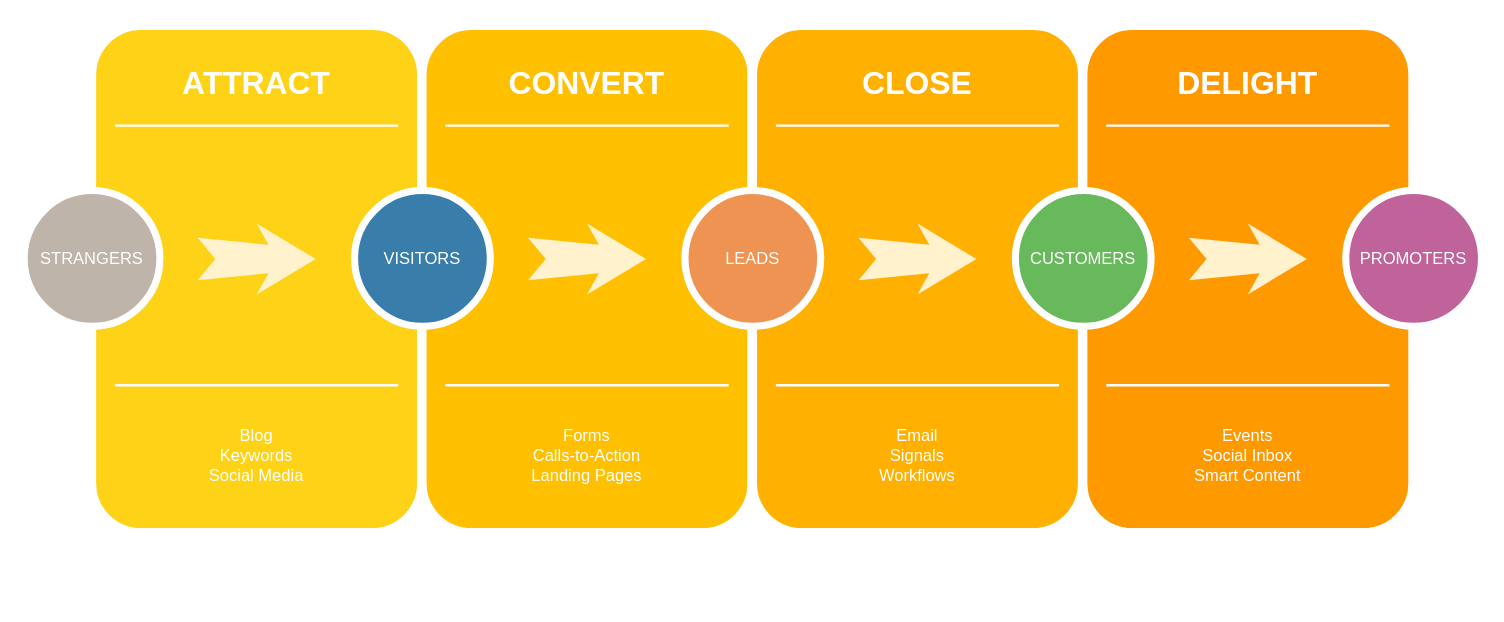
xiaoming728/draw keeps this draw.io diagram as 未命名绘图.drawio. Above is the earlier version. Source tidied: cells renumbered, new cells numbered last; positions are measured from the earlier drawing's top-left corner, leaving out a move shared by most shapes. Both pictures are drawn from the tidied source at 118%, with x=0, y=0 at pixel (24, 25).
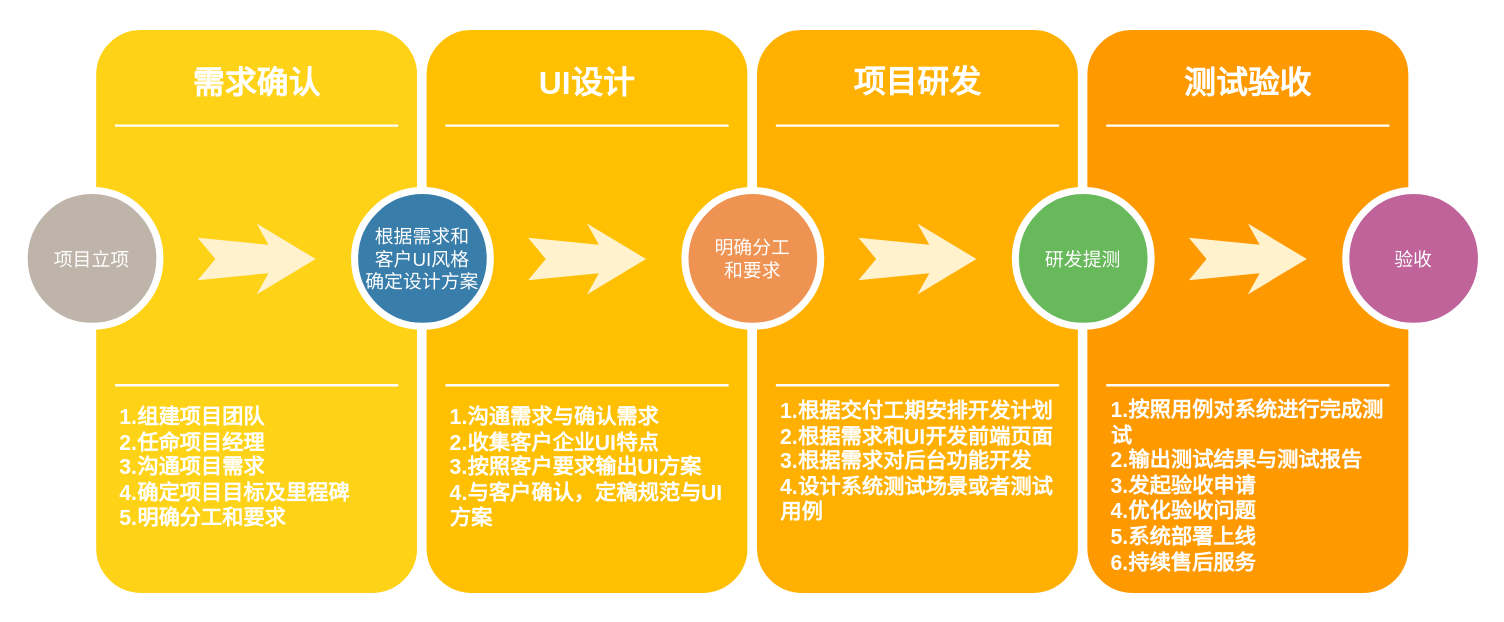
After the change.

Commit message:
项目开发流程图.drawio

What changed in the source:
```diff
@@
     <mxCell id="2" style="whiteSpace=wrap;html=1;rounded=1;shadow=0;strokeWidth=8;fontSize=20;align=center;fillColor=#FED217;strokeColor=#FFFFFF;" parent="1" vertex="1">
-      <mxGeometry x="57" width="280" height="430" as="geometry" />
+      <mxGeometry x="57" width="280" height="485" as="geometry" />
     </mxCell>
-    <mxCell id="3" value="ATTRACT" style="text;html=1;strokeColor=none;fillColor=none;align=center;verticalAlign=middle;whiteSpace=wrap;rounded=0;shadow=0;fontSize=27;fontColor=#FFFFFF;fontStyle=1;" parent="1" vertex="1">
+    <mxCell id="3" value="需求确认" style="text;html=1;strokeColor=none;fillColor=none;align=center;verticalAlign=middle;whiteSpace=wrap;rounded=0;shadow=0;fontSize=27;fontColor=#FFFFFF;fontStyle=1;" parent="1" vertex="1">
       <mxGeometry x="57" y="20" width="280" height="60" as="geometry" />
     </mxCell>
-    <mxCell id="4" value="Blog&lt;div&gt;Keywords&lt;/div&gt;&lt;div&gt;Social Media&lt;/div&gt;" style="text;html=1;strokeColor=none;fillColor=none;align=center;verticalAlign=middle;whiteSpace=wrap;rounded=0;shadow=0;fontSize=14;fontColor=#FFFFFF;" parent="1" vertex="1">
-      <mxGeometry x="57" y="320" width="280" height="90" as="geometry" />
+    <mxCell id="4" value="&lt;b&gt;&lt;font style=&quot;font-size: 18px;&quot;&gt;1.组建项目团队&lt;br&gt;2.任命项目经理&lt;br&gt;3.沟通项目需求&lt;br&gt;4.确定项目目标及里程碑&lt;br&gt;5.明确分工和要求&lt;br&gt;&lt;/font&gt;&lt;/b&gt;" style="text;html=1;strokeColor=none;fillColor=none;align=left;verticalAlign=top;whiteSpace=wrap;rounded=0;shadow=0;fontSize=14;fontColor=#FFFFFF;spacingLeft=22;spacingBottom=0;spacingRight=22;" parent="1" vertex="1">
+      <mxGeometry x="57" y="315" width="280" height="160" as="geometry" />
     </mxCell>
@@
-    <mxCell id="7" value="STRANGERS" style="ellipse;whiteSpace=wrap;html=1;rounded=0;shadow=0;strokeWidth=6;fontSize=14;align=center;fillColor=#BFB4A9;strokeColor=#FFFFFF;fontColor=#FFFFFF;" parent="1" vertex="1">
+    <mxCell id="7" value="项目立项" style="ellipse;whiteSpace=wrap;html=1;rounded=0;shadow=0;strokeWidth=6;fontSize=16;align=center;fillColor=#BFB4A9;strokeColor=#FFFFFF;fontColor=#FFFFFF;" parent="1" vertex="1">
       <mxGeometry y="140" width="115" height="115" as="geometry" />
     </mxCell>
-    <mxCell id="8" style="html=1;shadow=0;dashed=0;align=center;verticalAlign=middle;shape=mxgraph.arrows2.stylisedArrow;dy=0.6;dx=40;notch=15;feather=0.4;rounded=0;strokeWidth=1;fontSize=27;strokeColor=none;fillColor=#fff2cc;" parent="1" vertex="1">
+    <mxCell id="8" style="html=1;shadow=0;dashed=0;align=center;verticalAlign=middle;shape=mxgraph.arrows2.stylisedArrow;dy=0.6;dx=40;notch=15;feather=0.4;rounded=0;strokeWidth=1;fontSize=16;strokeColor=none;fillColor=#fff2cc;" parent="1" vertex="1">
       <mxGeometry x="147" y="168" width="100" height="60" as="geometry" />
     </mxCell>
     <mxCell id="9" style="whiteSpace=wrap;html=1;rounded=1;shadow=0;strokeWidth=8;fontSize=20;align=center;fillColor=#FFC001;strokeColor=#FFFFFF;" parent="1" vertex="1">
-      <mxGeometry x="337" width="280" height="430" as="geometry" />
+      <mxGeometry x="337" width="280" height="485" as="geometry" />
     </mxCell>
-    <mxCell id="10" value="CONVERT" style="text;html=1;strokeColor=none;fillColor=none;align=center;verticalAlign=middle;whiteSpace=wrap;rounded=0;shadow=0;fontSize=27;fontColor=#FFFFFF;fontStyle=1;" parent="1" vertex="1">
+    <mxCell id="10" value="UI设计" style="text;html=1;strokeColor=none;fillColor=none;align=center;verticalAlign=middle;whiteSpace=wrap;rounded=0;shadow=0;fontSize=27;fontColor=#FFFFFF;fontStyle=1;" parent="1" vertex="1">
       <mxGeometry x="337" y="20" width="280" height="60" as="geometry" />
     </mxCell>
-    <mxCell id="11" value="Forms&lt;div&gt;Calls-to-Action&lt;/div&gt;&lt;div&gt;Landing Pages&lt;/div&gt;" style="text;html=1;strokeColor=none;fillColor=none;align=center;verticalAlign=middle;whiteSpace=wrap;rounded=0;shadow=0;fontSize=14;fontColor=#FFFFFF;" parent="1" vertex="1">
-      <mxGeometry x="337" y="320" width="280" height="90" as="geometry" />
-    </mxCell>
@@
-    <mxCell id="14" value="VISITORS" style="ellipse;whiteSpace=wrap;html=1;rounded=0;shadow=0;strokeWidth=6;fontSize=14;align=center;fillColor=#397DAA;strokeColor=#FFFFFF;fontColor=#FFFFFF;" parent="1" vertex="1">
+    <mxCell id="14" value="根据需求和&lt;br&gt;客户UI风格&lt;br&gt;确定设计方案" style="ellipse;whiteSpace=wrap;html=1;rounded=0;shadow=0;strokeWidth=6;fontSize=16;align=center;fillColor=#397DAA;strokeColor=#FFFFFF;fontColor=#FFFFFF;" parent="1" vertex="1">
       <mxGeometry x="280" y="140" width="115" height="115" as="geometry" />
     </mxCell>
-    <mxCell id="15" style="html=1;shadow=0;dashed=0;align=center;verticalAlign=middle;shape=mxgraph.arrows2.stylisedArrow;dy=0.6;dx=40;notch=15;feather=0.4;rounded=0;strokeWidth=1;fontSize=27;strokeColor=none;fillColor=#fff2cc;" parent="1" vertex="1">
+    <mxCell id="15" style="html=1;shadow=0;dashed=0;align=center;verticalAlign=middle;shape=mxgraph.arrows2.stylisedArrow;dy=0.6;dx=40;notch=15;feather=0.4;rounded=0;strokeWidth=1;fontSize=16;strokeColor=none;fillColor=#fff2cc;" parent="1" vertex="1">
       <mxGeometry x="427" y="168" width="100" height="60" as="geometry" />
     </mxCell>
     <mxCell id="16" style="whiteSpace=wrap;html=1;rounded=1;shadow=0;strokeWidth=8;fontSize=20;align=center;fillColor=#FFB001;strokeColor=#FFFFFF;" parent="1" vertex="1">
-      <mxGeometry x="617" width="280" height="430" as="geometry" />
+      <mxGeometry x="617" width="280" height="485" as="geometry" />
     </mxCell>
-    <mxCell id="17" value="CLOSE" style="text;html=1;strokeColor=none;fillColor=none;align=center;verticalAlign=middle;whiteSpace=wrap;rounded=0;shadow=0;fontSize=27;fontColor=#FFFFFF;fontStyle=1;" parent="1" vertex="1">
-      <mxGeometry x="617" y="20" width="280" height="60" as="geometry" />
-    </mxCell>
-    <mxCell id="18" value="Email&lt;div&gt;Signals&lt;/div&gt;&lt;div&gt;Workflows&lt;/div&gt;" style="text;html=1;strokeColor=none;fillColor=none;align=center;verticalAlign=middle;whiteSpace=wrap;rounded=0;shadow=0;fontSize=14;fontColor=#FFFFFF;" parent="1" vertex="1">
-      <mxGeometry x="617" y="320" width="280" height="90" as="geometry" />
-    </mxCell>
@@
-    <mxCell id="21" value="LEADS" style="ellipse;whiteSpace=wrap;html=1;rounded=0;shadow=0;strokeWidth=6;fontSize=14;align=center;fillColor=#EF9353;strokeColor=#FFFFFF;fontColor=#FFFFFF;" parent="1" vertex="1">
+    <mxCell id="21" value="明确分工&lt;br style=&quot;border-color: var(--border-color);&quot;&gt;和要求" style="ellipse;whiteSpace=wrap;html=1;rounded=0;shadow=0;strokeWidth=6;fontSize=16;align=center;fillColor=#EF9353;strokeColor=#FFFFFF;fontColor=#FFFFFF;" parent="1" vertex="1">
       <mxGeometry x="560" y="140" width="115" height="115" as="geometry" />
     </mxCell>
-    <mxCell id="22" style="html=1;shadow=0;dashed=0;align=center;verticalAlign=middle;shape=mxgraph.arrows2.stylisedArrow;dy=0.6;dx=40;notch=15;feather=0.4;rounded=0;strokeWidth=1;fontSize=27;strokeColor=none;fillColor=#fff2cc;" parent="1" vertex="1">
+    <mxCell id="22" style="html=1;shadow=0;dashed=0;align=center;verticalAlign=middle;shape=mxgraph.arrows2.stylisedArrow;dy=0.6;dx=40;notch=15;feather=0.4;rounded=0;strokeWidth=1;fontSize=16;strokeColor=none;fillColor=#fff2cc;" parent="1" vertex="1">
       <mxGeometry x="707" y="168" width="100" height="60" as="geometry" />
     </mxCell>
     <mxCell id="23" style="whiteSpace=wrap;html=1;rounded=1;shadow=0;strokeWidth=8;fontSize=20;align=center;fillColor=#FE9900;strokeColor=#FFFFFF;" parent="1" vertex="1">
-      <mxGeometry x="897" width="280" height="430" as="geometry" />
+      <mxGeometry x="897" width="280" height="485" as="geometry" />
     </mxCell>
-    <mxCell id="24" value="DELIGHT" style="text;html=1;strokeColor=none;fillColor=none;align=center;verticalAlign=middle;whiteSpace=wrap;rounded=0;shadow=0;fontSize=27;fontColor=#FFFFFF;fontStyle=1;" parent="1" vertex="1">
+    <mxCell id="24" value="测试验收" style="text;html=1;strokeColor=none;fillColor=none;align=center;verticalAlign=middle;whiteSpace=wrap;rounded=0;shadow=0;fontSize=27;fontColor=#FFFFFF;fontStyle=1;" parent="1" vertex="1">
       <mxGeometry x="897" y="20" width="280" height="60" as="geometry" />
     </mxCell>
-    <mxCell id="25" value="Events&lt;div&gt;Social Inbox&lt;/div&gt;&lt;div&gt;Smart Content&lt;/div&gt;" style="text;html=1;strokeColor=none;fillColor=none;align=center;verticalAlign=middle;whiteSpace=wrap;rounded=0;shadow=0;fontSize=14;fontColor=#FFFFFF;" parent="1" vertex="1">
-      <mxGeometry x="897" y="320" width="280" height="90" as="geometry" />
-    </mxCell>
@@
-    <mxCell id="28" value="CUSTOMERS" style="ellipse;whiteSpace=wrap;html=1;rounded=0;shadow=0;strokeWidth=6;fontSize=14;align=center;fillColor=#68B85C;strokeColor=#FFFFFF;fontColor=#FFFFFF;" parent="1" vertex="1">
+    <mxCell id="28" value="研发提测" style="ellipse;whiteSpace=wrap;html=1;rounded=0;shadow=0;strokeWidth=6;fontSize=16;align=center;fillColor=#68B85C;strokeColor=#FFFFFF;fontColor=#FFFFFF;" parent="1" vertex="1">
       <mxGeometry x="840" y="140" width="115" height="115" as="geometry" />
     </mxCell>
-    <mxCell id="29" style="html=1;shadow=0;dashed=0;align=center;verticalAlign=middle;shape=mxgraph.arrows2.stylisedArrow;dy=0.6;dx=40;notch=15;feather=0.4;rounded=0;strokeWidth=1;fontSize=27;strokeColor=none;fillColor=#fff2cc;" parent="1" vertex="1">
+    <mxCell id="29" style="html=1;shadow=0;dashed=0;align=center;verticalAlign=middle;shape=mxgraph.arrows2.stylisedArrow;dy=0.6;dx=40;notch=15;feather=0.4;rounded=0;strokeWidth=1;fontSize=16;strokeColor=none;fillColor=#fff2cc;" parent="1" vertex="1">
       <mxGeometry x="987" y="168" width="100" height="60" as="geometry" />
     </mxCell>
-    <mxCell id="30" value="PROMOTERS" style="ellipse;whiteSpace=wrap;html=1;rounded=0;shadow=0;strokeWidth=6;fontSize=14;align=center;fillColor=#BF639A;strokeColor=#FFFFFF;fontColor=#FFFFFF;" parent="1" vertex="1">
+    <mxCell id="30" value="验收" style="ellipse;whiteSpace=wrap;html=1;rounded=0;shadow=0;strokeWidth=6;fontSize=16;align=center;fillColor=#BF639A;strokeColor=#FFFFFF;fontColor=#FFFFFF;" parent="1" vertex="1">
       <mxGeometry x="1120" y="140" width="115" height="115" as="geometry" />
     </mxCell>
+    <mxCell id="31" style="edgeStyle=orthogonalEdgeStyle;rounded=0;orthogonalLoop=1;jettySize=auto;html=1;" parent="1" edge="1">
+      <mxGeometry relative="1" as="geometry">
+        <mxPoint x="1036" y="430" as="targetPoint" />
+      </mxGeometry>
+    </mxCell>
+    <mxCell id="32" value="&lt;b style=&quot;font-size: 18px;&quot;&gt;&lt;font style=&quot;font-size: 18px;&quot;&gt;1.&lt;/font&gt;沟通需求与确认需求&lt;font style=&quot;font-size: 18px;&quot;&gt;&lt;br&gt;2.收集客户企业UI特点&lt;/font&gt;&lt;font style=&quot;font-size: 18px;&quot;&gt;&lt;br&gt;3.按照客户要求输出UI方案&lt;/font&gt;&lt;/b&gt;&lt;b style=&quot;border-color: var(--border-color);&quot;&gt;&lt;font style=&quot;border-color: var(--border-color); font-size: 18px;&quot;&gt;&lt;br style=&quot;border-color: var(--border-color);&quot;&gt;4.&lt;/font&gt;&lt;/b&gt;&lt;b style=&quot;border-color: var(--border-color); font-size: 18px;&quot;&gt;&lt;font style=&quot;border-color: var(--border-color);&quot;&gt;与客户确认，定稿规范与UI方案&lt;/font&gt;&lt;/b&gt;&lt;b style=&quot;font-size: 18px;&quot;&gt;&lt;font style=&quot;font-size: 18px;&quot;&gt;&lt;br&gt;&lt;/font&gt;&lt;/b&gt;" style="text;html=1;strokeColor=none;fillColor=none;align=left;verticalAlign=top;whiteSpace=wrap;rounded=0;shadow=0;fontSize=14;fontColor=#FFFFFF;spacingLeft=22;spacingBottom=0;spacingRight=22;" parent="1" vertex="1">
+      <mxGeometry x="337" y="315" width="280" height="160" as="geometry" />
+    </mxCell>
+    <mxCell id="33" value="&lt;b&gt;&lt;font style=&quot;font-size: 18px;&quot;&gt;1.根据交付工期安排开发计划&lt;br&gt;2.根据需求和UI开发前端页面&lt;br&gt;3.根据需求对后台功能开发&lt;br&gt;4.设计系统测试场景或者测试用例&lt;br&gt;&lt;/font&gt;&lt;/b&gt;" style="text;html=1;strokeColor=none;fillColor=none;align=left;verticalAlign=top;whiteSpace=wrap;rounded=0;shadow=0;fontSize=14;fontColor=#FFFFFF;spacingLeft=22;spacingBottom=0;spacingRight=22;" parent="1" vertex="1">
+      <mxGeometry x="617" y="310" width="280" height="160" as="geometry" />
+    </mxCell>
+    <mxCell id="34" value="&lt;b&gt;&lt;font style=&quot;font-size: 18px;&quot;&gt;1.按照用例对系统进行完成测试&lt;br&gt;2.输出测试结果与测试报告&lt;br&gt;3.发起验收申请&lt;br&gt;4.优化验收问题&lt;br&gt;5.系统部署上线&lt;br&gt;6.持续售后服务&lt;br&gt;&lt;/font&gt;&lt;/b&gt;" style="text;html=1;strokeColor=none;fillColor=none;align=left;verticalAlign=top;whiteSpace=wrap;rounded=0;shadow=0;fontSize=14;fontColor=#FFFFFF;spacingLeft=22;spacingBottom=0;spacingRight=22;" parent="1" vertex="1">
+      <mxGeometry x="897" y="309" width="280" height="160" as="geometry" />
+    </mxCell>
+    <mxCell id="35" value="项目研发" style="text;html=1;strokeColor=none;fillColor=none;align=center;verticalAlign=middle;whiteSpace=wrap;rounded=0;shadow=0;fontSize=27;fontColor=#FFFFFF;fontStyle=1;" parent="1" vertex="1">
+      <mxGeometry x="617" y="19" width="280" height="60" as="geometry" />
+    </mxCell>
```
